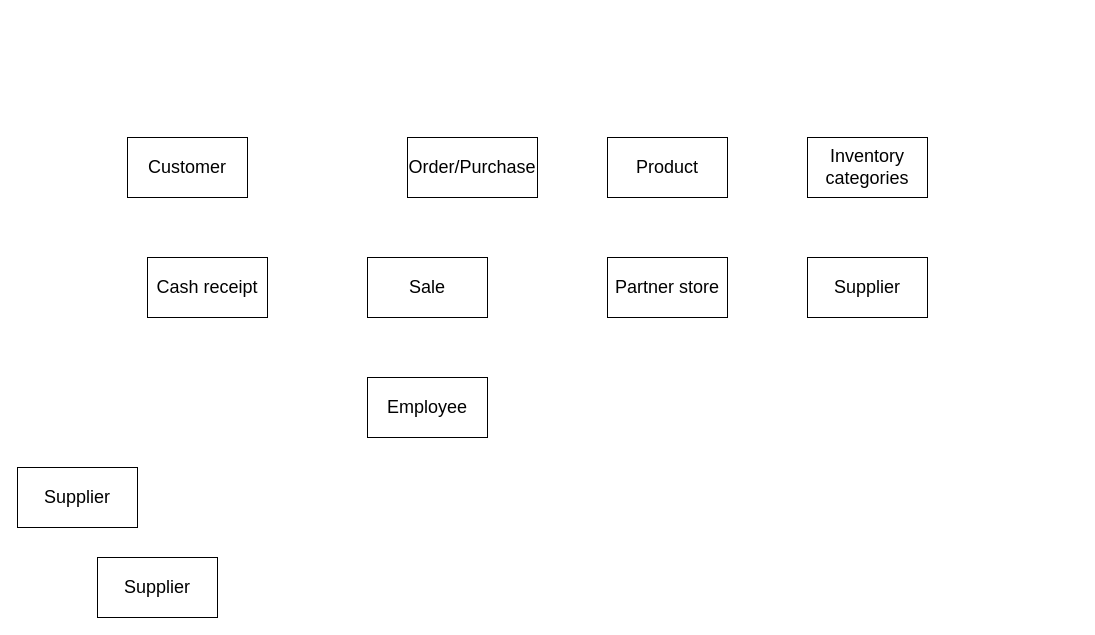
This is ACCT807_ASMT02.drawio from PeiJunHuang1/Practice, a draw.io file, before an edit. Source tidied: cells renumbered, new cells numbered last; positions are measured from the earlier drawing's top-left corner, leaving out a move shared by most shapes. Both pictures are drawn from the tidied source at 100%, with x=0, y=0 at pixel (17, 137).
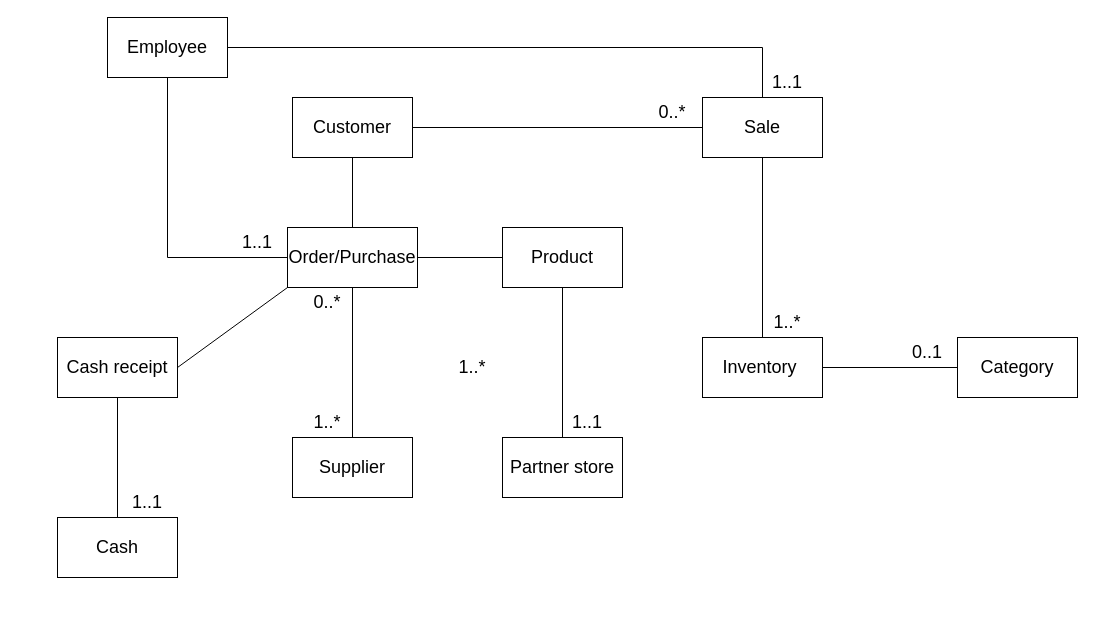
The same diagram, later.

What changed in the source:
```diff
@@
     <mxCell id="2" value="&lt;font style=&quot;font-size: 18px&quot;&gt;Customer&lt;/font&gt;" style="rounded=0;whiteSpace=wrap;html=1;" parent="1" vertex="1">
-      <mxGeometry x="110" width="120" height="60" as="geometry" />
+      <mxGeometry x="275" y="-40" width="120" height="60" as="geometry" />
     </mxCell>
-    <mxCell id="3" value="&lt;font style=&quot;font-size: 18px&quot;&gt;Inventory categories&lt;/font&gt;" style="rounded=0;whiteSpace=wrap;html=1;" parent="1" vertex="1">
-      <mxGeometry x="790" width="120" height="60" as="geometry" />
+    <mxCell id="3" value="&lt;font style=&quot;font-size: 18px&quot;&gt;Inventory&amp;nbsp;&lt;/font&gt;" style="rounded=0;whiteSpace=wrap;html=1;" parent="1" vertex="1">
+      <mxGeometry x="685" y="200" width="120" height="60" as="geometry" />
     </mxCell>
     <mxCell id="4" value="&lt;font style=&quot;font-size: 18px&quot;&gt;Product&lt;/font&gt;" style="rounded=0;whiteSpace=wrap;html=1;" parent="1" vertex="1">
-      <mxGeometry x="590" width="120" height="60" as="geometry" />
+      <mxGeometry x="485" y="90" width="120" height="60" as="geometry" />
     </mxCell>
     <mxCell id="5" value="&lt;font style=&quot;font-size: 18px&quot;&gt;Sale&lt;/font&gt;" style="rounded=0;whiteSpace=wrap;html=1;" parent="1" vertex="1">
-      <mxGeometry x="350" y="120" width="120" height="60" as="geometry" />
+      <mxGeometry x="685" y="-40" width="120" height="60" as="geometry" />
     </mxCell>
-    <mxCell id="6" value="&lt;font style=&quot;font-size: 18px&quot;&gt;Supplier&lt;/font&gt;" style="rounded=0;whiteSpace=wrap;html=1;" parent="1" vertex="1">
-      <mxGeometry x="80" y="420" width="120" height="60" as="geometry" />
+    <mxCell id="6" value="&lt;span style=&quot;font-size: 18px&quot;&gt;Category&lt;/span&gt;" style="rounded=0;whiteSpace=wrap;html=1;" parent="1" vertex="1">
+      <mxGeometry x="940" y="200" width="120" height="60" as="geometry" />
     </mxCell>
     <mxCell id="7" value="&lt;font style=&quot;font-size: 18px&quot;&gt;Cash receipt&lt;/font&gt;" style="rounded=0;whiteSpace=wrap;html=1;" parent="1" vertex="1">
-      <mxGeometry x="130" y="120" width="120" height="60" as="geometry" />
+      <mxGeometry x="40" y="200" width="120" height="60" as="geometry" />
     </mxCell>
-    <mxCell id="8" value="&lt;font style=&quot;font-size: 18px&quot;&gt;Supplier&lt;/font&gt;" style="rounded=0;whiteSpace=wrap;html=1;" parent="1" vertex="1">
-      <mxGeometry y="330" width="120" height="60" as="geometry" />
-    </mxCell>
     <mxCell id="9" value="&lt;font style=&quot;font-size: 18px&quot;&gt;Partner store&lt;/font&gt;" style="rounded=0;whiteSpace=wrap;html=1;" parent="1" vertex="1">
-      <mxGeometry x="590" y="120" width="120" height="60" as="geometry" />
+      <mxGeometry x="485" y="300" width="120" height="60" as="geometry" />
     </mxCell>
     <mxCell id="10" value="&lt;font style=&quot;font-size: 18px&quot;&gt;Supplier&lt;/font&gt;" style="rounded=0;whiteSpace=wrap;html=1;" parent="1" vertex="1">
-      <mxGeometry x="790" y="120" width="120" height="60" as="geometry" />
+      <mxGeometry x="275" y="300" width="120" height="60" as="geometry" />
     </mxCell>
     <mxCell id="11" value="&lt;font style=&quot;font-size: 18px&quot;&gt;Order/Purchase&lt;/font&gt;" style="rounded=0;whiteSpace=wrap;html=1;" parent="1" vertex="1">
-      <mxGeometry x="390" width="130" height="60" as="geometry" />
+      <mxGeometry x="270" y="90" width="130" height="60" as="geometry" />
     </mxCell>
     <mxCell id="12" value="&lt;font style=&quot;font-size: 18px&quot;&gt;Employee&lt;/font&gt;" style="rounded=0;whiteSpace=wrap;html=1;" parent="1" vertex="1">
-      <mxGeometry x="350" y="240" width="120" height="60" as="geometry" />
+      <mxGeometry x="90" y="-120" width="120" height="60" as="geometry" />
     </mxCell>
+    <mxCell id="13" style="endArrow=none;html=1;rounded=0;fontSize=18;exitX=1;exitY=0.5;exitDx=0;exitDy=0;entryX=0;entryY=0.5;entryDx=0;entryDy=0;" parent="1" edge="1" source="3" target="6">
+      <mxGeometry relative="1" as="geometry" />
+    </mxCell>
+    <mxCell id="14" style="endArrow=none;html=1;rounded=0;fontSize=18;exitX=0.5;exitY=1;exitDx=0;exitDy=0;entryX=0.5;entryY=0;entryDx=0;entryDy=0;" parent="1" edge="1" source="11" target="10">
+      <mxGeometry relative="1" as="geometry" />
+    </mxCell>
+    <mxCell id="15" style="endArrow=none;html=1;rounded=0;fontSize=18;exitX=0.5;exitY=1;exitDx=0;exitDy=0;entryX=0.5;entryY=0;entryDx=0;entryDy=0;" parent="1" edge="1" source="2" target="11">
+      <mxGeometry relative="1" as="geometry" />
+    </mxCell>
+    <mxCell id="16" style="endArrow=none;html=1;rounded=0;fontSize=18;exitX=0.5;exitY=1;exitDx=0;exitDy=0;entryX=0.5;entryY=0;entryDx=0;entryDy=0;" parent="1" edge="1" source="5" target="3">
+      <mxGeometry relative="1" as="geometry" />
+    </mxCell>
+    <mxCell id="17" style="endArrow=none;html=1;rounded=0;fontSize=18;exitX=1;exitY=0.5;exitDx=0;exitDy=0;entryX=0;entryY=0.5;entryDx=0;entryDy=0;" parent="1" edge="1" source="2" target="5">
+      <mxGeometry relative="1" as="geometry" />
+    </mxCell>
+    <mxCell id="18" style="endArrow=none;html=1;rounded=0;fontSize=18;exitX=1;exitY=0.5;exitDx=0;exitDy=0;entryX=0;entryY=0.5;entryDx=0;entryDy=0;" parent="1" edge="1" source="11" target="4">
+      <mxGeometry relative="1" as="geometry" />
+    </mxCell>
+    <mxCell id="19" style="endArrow=none;html=1;rounded=0;fontSize=18;exitX=0.5;exitY=1;exitDx=0;exitDy=0;entryX=0.5;entryY=0;entryDx=0;entryDy=0;" parent="1" edge="1" source="4" target="9">
+      <mxGeometry relative="1" as="geometry" />
+    </mxCell>
+    <mxCell id="20" style="endArrow=none;html=1;rounded=0;fontSize=18;exitX=1;exitY=0.5;exitDx=0;exitDy=0;entryX=0.5;entryY=0;entryDx=0;entryDy=0;edgeStyle=orthogonalEdgeStyle;" parent="1" edge="1" source="12" target="5">
+      <mxGeometry relative="1" as="geometry" />
+    </mxCell>
+    <mxCell id="21" style="endArrow=none;html=1;rounded=0;fontSize=18;exitX=0.5;exitY=1;exitDx=0;exitDy=0;entryX=0;entryY=0.5;entryDx=0;entryDy=0;edgeStyle=orthogonalEdgeStyle;" parent="1" edge="1" source="12" target="11">
+      <mxGeometry relative="1" as="geometry" />
+    </mxCell>
+    <mxCell id="22" value="1..*" style="text;html=1;strokeColor=none;fillColor=none;align=center;verticalAlign=middle;whiteSpace=wrap;rounded=0;fontSize=18;" parent="1" vertex="1">
+      <mxGeometry x="740" y="170" width="60" height="30" as="geometry" />
+    </mxCell>
+    <mxCell id="23" value="0..*" style="text;html=1;strokeColor=none;fillColor=none;align=center;verticalAlign=middle;whiteSpace=wrap;rounded=0;fontSize=18;" parent="1" vertex="1">
+      <mxGeometry x="280" y="150" width="60" height="30" as="geometry" />
+    </mxCell>
+    <mxCell id="24" value="1..1" style="text;html=1;strokeColor=none;fillColor=none;align=center;verticalAlign=middle;whiteSpace=wrap;rounded=0;fontSize=18;" parent="1" vertex="1">
+      <mxGeometry x="540" y="270" width="60" height="30" as="geometry" />
+    </mxCell>
+    <mxCell id="25" style="endArrow=none;html=1;rounded=0;fontSize=18;exitX=0;exitY=1;exitDx=0;exitDy=0;entryX=1;entryY=0.5;entryDx=0;entryDy=0;" parent="1" edge="1" source="11" target="7">
+      <mxGeometry relative="1" as="geometry" />
+    </mxCell>
+    <mxCell id="26" value="&lt;font style=&quot;font-size: 18px&quot;&gt;Cash&lt;/font&gt;" style="rounded=0;whiteSpace=wrap;html=1;" parent="1" vertex="1">
+      <mxGeometry x="40" y="380" width="120" height="60" as="geometry" />
+    </mxCell>
+    <mxCell id="27" style="endArrow=none;html=1;rounded=0;fontSize=18;exitX=0.5;exitY=1;exitDx=0;exitDy=0;entryX=0.5;entryY=0;entryDx=0;entryDy=0;" parent="1" edge="1" source="7" target="26">
+      <mxGeometry relative="1" as="geometry" />
+    </mxCell>
+    <mxCell id="28" value="0..1" style="text;html=1;strokeColor=none;fillColor=none;align=center;verticalAlign=middle;whiteSpace=wrap;rounded=0;fontSize=18;" parent="1" vertex="1">
+      <mxGeometry x="880" y="200" width="60" height="30" as="geometry" />
+    </mxCell>
+    <mxCell id="29" value="0..*" style="text;html=1;strokeColor=none;fillColor=none;align=center;verticalAlign=middle;whiteSpace=wrap;rounded=0;fontSize=18;" parent="1" vertex="1">
+      <mxGeometry x="625" y="-40" width="60" height="30" as="geometry" />
+    </mxCell>
+    <mxCell id="30" value="1..*" style="text;html=1;strokeColor=none;fillColor=none;align=center;verticalAlign=middle;whiteSpace=wrap;rounded=0;fontSize=18;" parent="1" vertex="1">
+      <mxGeometry x="280" y="270" width="60" height="30" as="geometry" />
+    </mxCell>
+    <mxCell id="31" value="1..*" style="text;html=1;strokeColor=none;fillColor=none;align=center;verticalAlign=middle;whiteSpace=wrap;rounded=0;fontSize=18;" parent="1" vertex="1">
+      <mxGeometry x="425" y="215" width="60" height="30" as="geometry" />
+    </mxCell>
+    <mxCell id="32" value="1..1" style="text;html=1;strokeColor=none;fillColor=none;align=center;verticalAlign=middle;whiteSpace=wrap;rounded=0;fontSize=18;" parent="1" vertex="1">
+      <mxGeometry x="210" y="90" width="60" height="30" as="geometry" />
+    </mxCell>
+    <mxCell id="33" value="1..1" style="text;html=1;strokeColor=none;fillColor=none;align=center;verticalAlign=middle;whiteSpace=wrap;rounded=0;fontSize=18;" parent="1" vertex="1">
+      <mxGeometry x="740" y="-70" width="60" height="30" as="geometry" />
+    </mxCell>
+    <mxCell id="34" value="1..1" style="text;html=1;strokeColor=none;fillColor=none;align=center;verticalAlign=middle;whiteSpace=wrap;rounded=0;fontSize=18;" parent="1" vertex="1">
+      <mxGeometry x="100" y="350" width="60" height="30" as="geometry" />
+    </mxCell>
```
